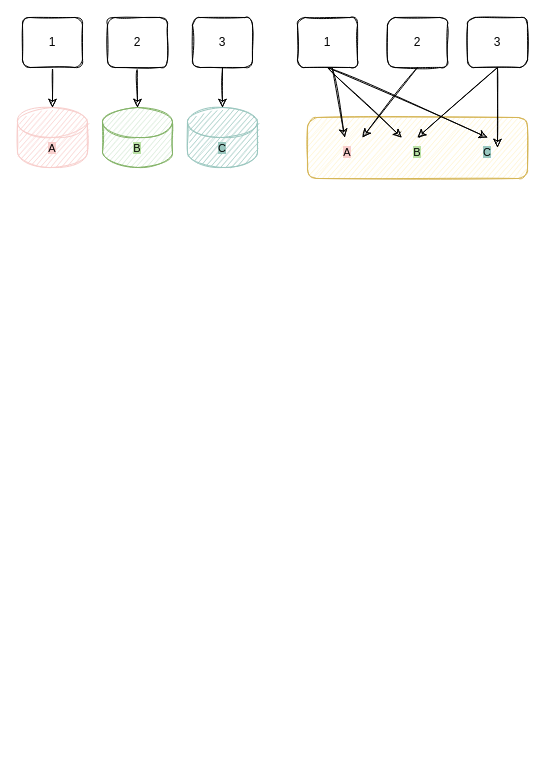
lihuahua123/studyFiles keeps this draw.io diagram as 未命名绘图1.drawio. Above is the earlier version. Source tidied: cells renumbered, new cells numbered last; positions are measured from the earlier drawing's top-left corner, leaving out a move shared by most shapes. Both pictures are drawn from the tidied source at 100%, with x=0, y=0 at pixel (17, 17).
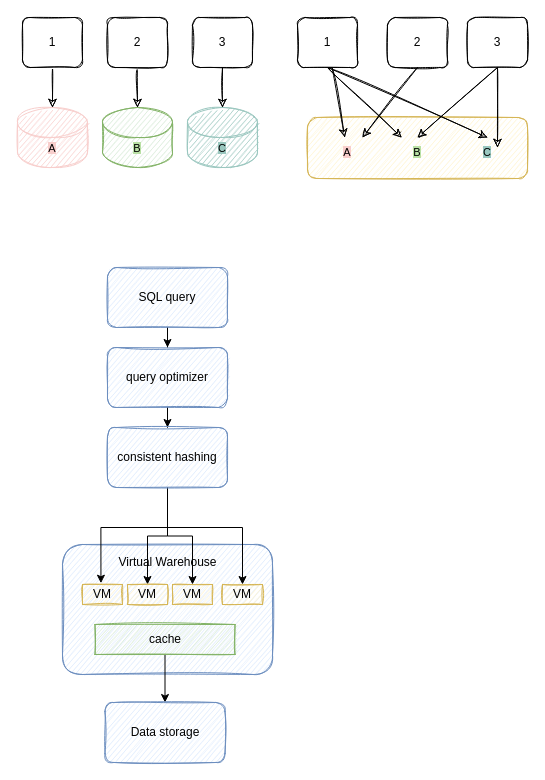
The same diagram, later.

Commit message:
更新未命名绘图1.drawio

Change to the diagram source:
```diff
@@
+    <mxCell id="27" style="whiteSpace=wrap;html=1;fillColor=#dae8fc;strokeColor=#6c8ebf;rounded=1;sketch=1;" parent="1" vertex="1">
+      <mxGeometry x="45" y="527" width="210" height="130" as="geometry" />
+    </mxCell>
@@
+    <mxCell id="28" style="edgeStyle=orthogonalEdgeStyle;rounded=0;jettySize=auto;html=1;fontFamily=Helvetica;fontSize=12;fontColor=default;" parent="1" edge="1" source="29" target="31">
+      <mxGeometry relative="1" as="geometry" />
+    </mxCell>
+    <mxCell id="29" value="SQL query" style="rounded=1;whiteSpace=wrap;html=1;sketch=1;fillColor=#dae8fc;strokeColor=#6c8ebf;" parent="1" vertex="1">
+      <mxGeometry x="90" y="250" width="120" height="60" as="geometry" />
+    </mxCell>
+    <mxCell id="30" style="edgeStyle=orthogonalEdgeStyle;rounded=0;jettySize=auto;html=1;fontFamily=Helvetica;fontSize=12;fontColor=default;" parent="1" edge="1" source="31" target="36">
+      <mxGeometry relative="1" as="geometry" />
+    </mxCell>
+    <mxCell id="31" value="&lt;div&gt;query optimizer&lt;/div&gt;" style="whiteSpace=wrap;html=1;fillColor=#dae8fc;strokeColor=#6c8ebf;rounded=1;sketch=1;" parent="1" vertex="1">
+      <mxGeometry x="90" y="330" width="120" height="60" as="geometry" />
+    </mxCell>
+    <mxCell id="32" style="edgeStyle=orthogonalEdgeStyle;rounded=0;jettySize=auto;html=1;exitX=0.5;exitY=1;exitDx=0;exitDy=0;entryX=0.5;entryY=0;entryDx=0;entryDy=0;fontFamily=Helvetica;fontSize=12;fontColor=default;" parent="1" edge="1" source="36" target="39">
+      <mxGeometry relative="1" as="geometry" />
+    </mxCell>
+    <mxCell id="33" style="edgeStyle=orthogonalEdgeStyle;rounded=0;jettySize=auto;html=1;exitX=0.5;exitY=1;exitDx=0;exitDy=0;entryX=0.5;entryY=0;entryDx=0;entryDy=0;fontFamily=Helvetica;fontSize=12;fontColor=default;" parent="1" edge="1" source="36" target="40">
+      <mxGeometry relative="1" as="geometry" />
+    </mxCell>
+    <mxCell id="34" style="edgeStyle=orthogonalEdgeStyle;rounded=0;jettySize=auto;html=1;exitX=0.5;exitY=1;exitDx=0;exitDy=0;entryX=0.5;entryY=0;entryDx=0;entryDy=0;fontFamily=Helvetica;fontSize=12;fontColor=default;" parent="1" edge="1" source="36" target="41">
+      <mxGeometry relative="1" as="geometry">
+        <Array as="points">
+          <mxPoint x="150" y="510" />
+          <mxPoint x="225" y="510" />
+        </Array>
+      </mxGeometry>
+    </mxCell>
+    <mxCell id="35" style="edgeStyle=orthogonalEdgeStyle;rounded=0;jettySize=auto;html=1;exitX=0.5;exitY=1;exitDx=0;exitDy=0;entryX=0.041;entryY=0.958;entryDx=0;entryDy=0;entryPerimeter=0;fontFamily=Helvetica;fontSize=12;fontColor=default;" parent="1" edge="1" source="36" target="38">
+      <mxGeometry relative="1" as="geometry">
+        <Array as="points">
+          <mxPoint x="150" y="510" />
+          <mxPoint x="83" y="510" />
+        </Array>
+      </mxGeometry>
+    </mxCell>
+    <mxCell id="36" value="consistent hashing" style="whiteSpace=wrap;html=1;fillColor=#dae8fc;strokeColor=#6c8ebf;rounded=1;sketch=1;" parent="1" vertex="1">
+      <mxGeometry x="90" y="410" width="120" height="60" as="geometry" />
+    </mxCell>
+    <mxCell id="37" value="VM" style="rounded=0;whiteSpace=wrap;html=1;sketch=1;strokeColor=#d6b656;fontFamily=Helvetica;fontSize=12;fillColor=#fff2cc;" parent="1" vertex="1">
+      <mxGeometry x="65" y="567" width="40" height="20" as="geometry" />
+    </mxCell>
+    <mxCell id="38" value="&lt;div&gt;Virtual Warehouse&lt;/div&gt;&lt;div&gt;&lt;br&gt;&lt;/div&gt;" style="text;html=1;strokeColor=none;fillColor=none;align=center;verticalAlign=middle;whiteSpace=wrap;rounded=0;sketch=1;fontFamily=Helvetica;fontSize=12;fontColor=default;" parent="1" vertex="1">
+      <mxGeometry x="77.5" y="537" width="145" height="30" as="geometry" />
+    </mxCell>
+    <mxCell id="39" value="VM" style="rounded=0;whiteSpace=wrap;html=1;sketch=1;strokeColor=#d6b656;fontFamily=Helvetica;fontSize=12;fillColor=#fff2cc;" parent="1" vertex="1">
+      <mxGeometry x="110" y="567" width="40" height="20" as="geometry" />
+    </mxCell>
+    <mxCell id="40" value="VM" style="rounded=0;whiteSpace=wrap;html=1;sketch=1;strokeColor=#d6b656;fontFamily=Helvetica;fontSize=12;fillColor=#fff2cc;" parent="1" vertex="1">
+      <mxGeometry x="155" y="567" width="40" height="20" as="geometry" />
+    </mxCell>
+    <mxCell id="41" value="VM" style="rounded=0;whiteSpace=wrap;html=1;sketch=1;strokeColor=#d6b656;fontFamily=Helvetica;fontSize=12;fillColor=#fff2cc;" parent="1" vertex="1">
+      <mxGeometry x="205" y="567" width="40" height="20" as="geometry" />
+    </mxCell>
+    <mxCell id="42" style="edgeStyle=orthogonalEdgeStyle;rounded=0;jettySize=auto;html=1;exitX=0.5;exitY=1;exitDx=0;exitDy=0;fontFamily=Helvetica;fontSize=12;fontColor=default;" parent="1" edge="1" source="43" target="44">
+      <mxGeometry relative="1" as="geometry" />
+    </mxCell>
+    <mxCell id="43" value="cache" style="rounded=0;whiteSpace=wrap;html=1;sketch=1;strokeColor=#82b366;fontFamily=Helvetica;fontSize=12;fillColor=#d5e8d4;" parent="1" vertex="1">
+      <mxGeometry x="77.5" y="607" width="140" height="30" as="geometry" />
+    </mxCell>
+    <mxCell id="44" value="Data storage" style="rounded=1;whiteSpace=wrap;html=1;sketch=1;strokeColor=#6c8ebf;fontFamily=Helvetica;fontSize=12;fontColor=default;fillColor=#dae8fc;" parent="1" vertex="1">
+      <mxGeometry x="87.5" y="685" width="120" height="60" as="geometry" />
+    </mxCell>
```
